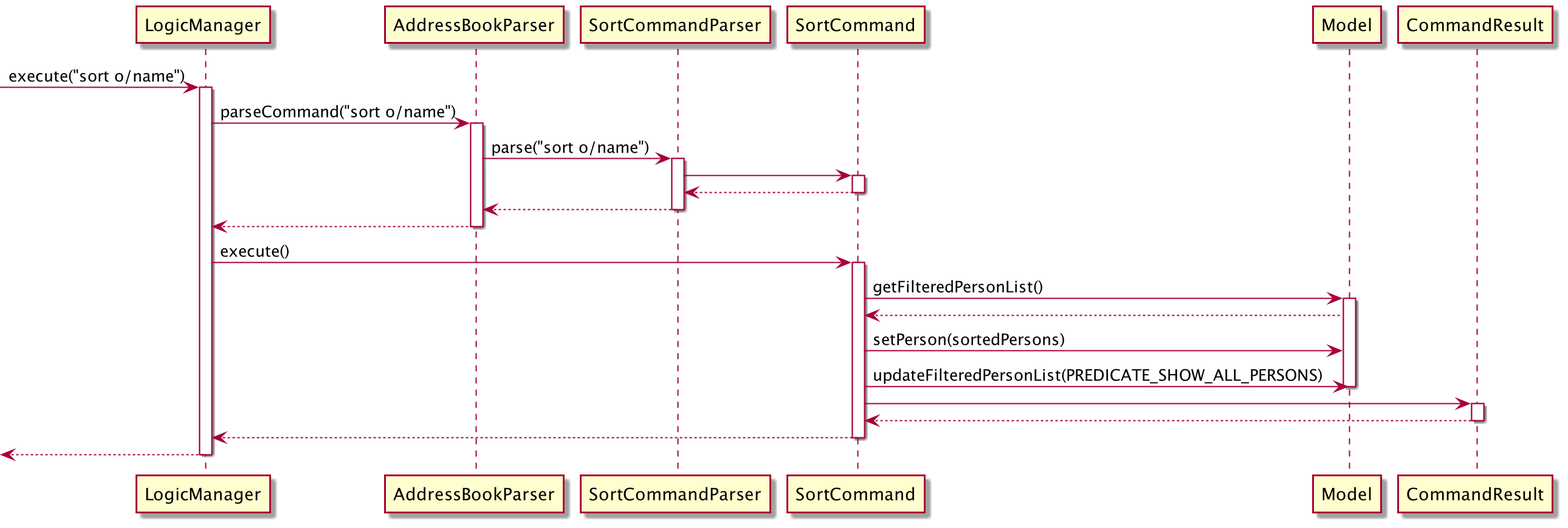
Above: docs/images/SortSequenceDiagram.png in nus-cs2103-AY2021S2/tp (PlantUML), before the change.
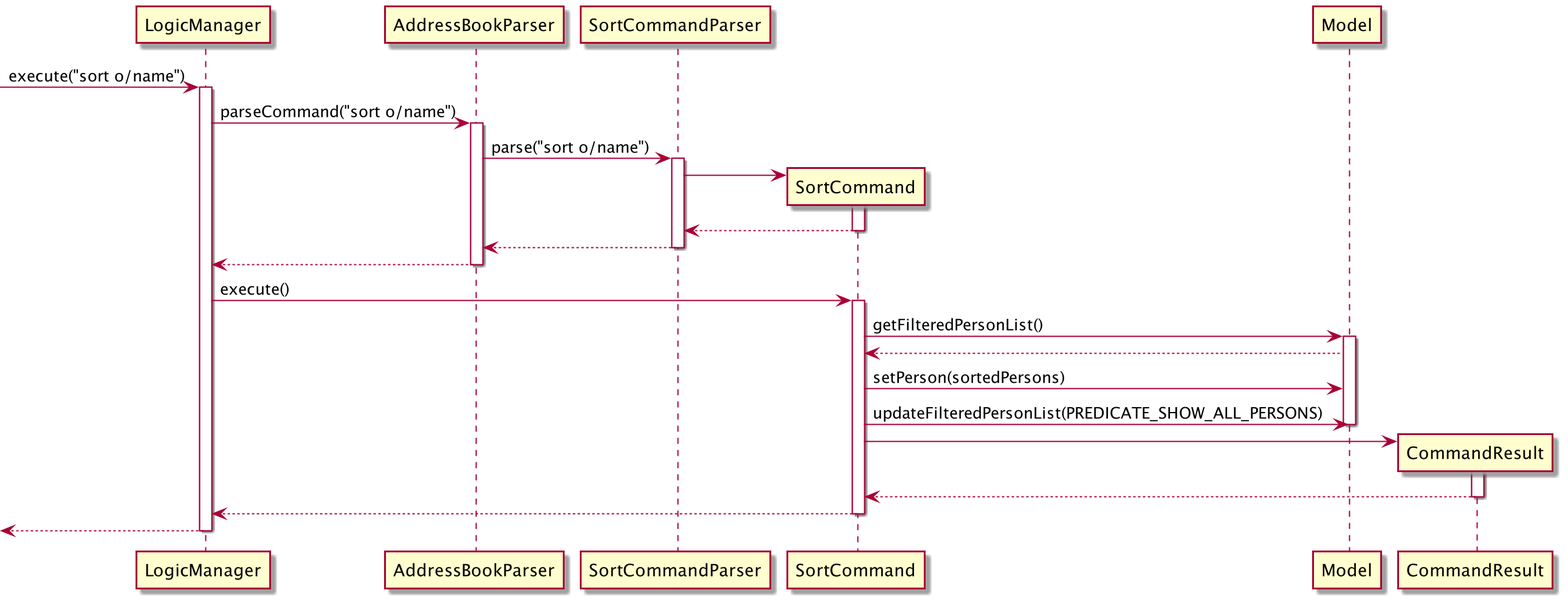
After the commit.

Commit message:
Fix constructor notation in sort sequence diagram

Change to the diagram source:
```diff
@@ -9,6 +9,7 @@
 AddressBookParser -> SortCommandParser: parse("sort o/name")
 activate SortCommandParser
 
+create SortCommand
 SortCommandParser -> SortCommand
 activate SortCommand
 SortCommandParser <-- SortCommand
@@ -31,6 +32,7 @@
 SortCommand -> Model: updateFilteredPersonList(PREDICATE_SHOW_ALL_PERSONS)
 deactivate Model
 
+create CommandResult
 SortCommand -> CommandResult
 activate CommandResult
 
```
